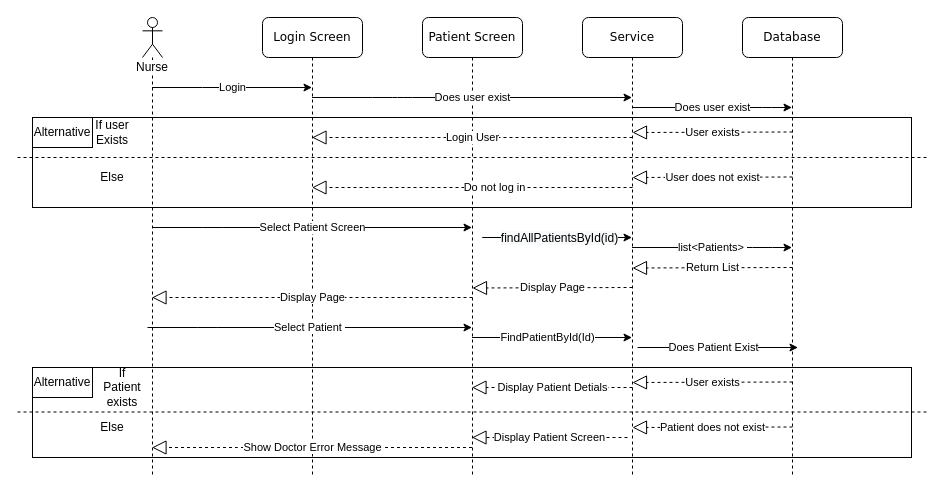
Earlier version of the draw.io diagram page "View Patient Record" (1 of 5) of Sequence/Nurse Sequence Diagram.drawio (mattdear/circle-lab-project). Source tidied: cells renumbered, new cells numbered last; positions are measured from the earlier drawing's top-left corner, leaving out a move shared by most shapes. Both pictures are drawn from the tidied source at 100%, with x=0, y=0 at pixel (17, 17).
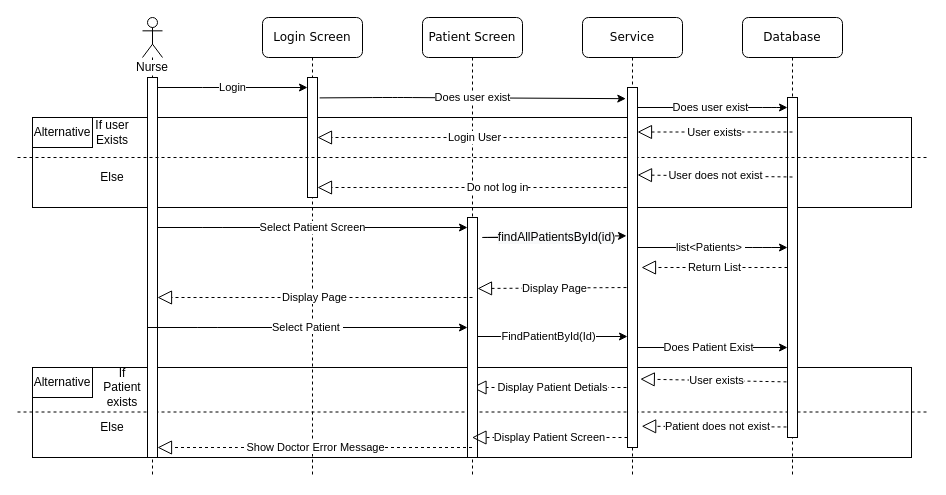
The same page after the edit.

Unchanged cells that the change refers to:
```xml
<mxCell id="11" value="Patient Screen" style="shape=umlLifeline;perimeter=lifelinePerimeter;whiteSpace=wrap;html=1;outlineConnect=0;rounded=1;shadow=0;comic=0;labelBackgroundColor=none;strokeWidth=1;fontFamily=Verdana;fontSize=12;align=center;" parent="1" vertex="1">
  <mxGeometry x="405" width="100" height="460" as="geometry" />
</mxCell>
<mxCell id="12" value="Nurse" style="shape=umlLifeline;participant=umlActor;perimeter=lifelinePerimeter;whiteSpace=wrap;html=1;verticalAlign=top;spacingTop=36;labelBackgroundColor=#ffffff;outlineConnect=0;" parent="1" vertex="1">
  <mxGeometry x="125" width="20" height="460" as="geometry" />
</mxCell>
<mxCell id="13" value="Login Screen" style="shape=umlLifeline;perimeter=lifelinePerimeter;whiteSpace=wrap;html=1;outlineConnect=0;rounded=1;shadow=0;comic=0;labelBackgroundColor=none;strokeWidth=1;fontFamily=Verdana;fontSize=12;align=center;" parent="1" vertex="1">
  <mxGeometry x="245" width="100" height="460" as="geometry" />
</mxCell>
<mxCell id="14" value="Service" style="shape=umlLifeline;perimeter=lifelinePerimeter;whiteSpace=wrap;html=1;outlineConnect=0;rounded=1;shadow=0;comic=0;labelBackgroundColor=none;strokeWidth=1;fontFamily=Verdana;fontSize=12;align=center;" parent="1" vertex="1">
  <mxGeometry x="565" width="100" height="460" as="geometry" />
</mxCell>
<mxCell id="15" value="Database" style="shape=umlLifeline;perimeter=lifelinePerimeter;whiteSpace=wrap;html=1;outlineConnect=0;rounded=1;shadow=0;comic=0;labelBackgroundColor=none;strokeWidth=1;fontFamily=Verdana;fontSize=12;align=center;" parent="1" vertex="1">
  <mxGeometry x="725" width="100" height="460" as="geometry" />
</mxCell>
```

What changed in the source:
```diff
@@
-    <mxCell id="3" value="User exists" style="endArrow=block;dashed=1;endFill=0;endSize=12;html=1;" parent="1" edge="1">
+    <mxCell id="3" value="User exists" style="endArrow=block;dashed=1;endFill=0;endSize=12;html=1;entryX=1.279;entryY=0.81;entryDx=0;entryDy=0;entryPerimeter=0;" parent="1" edge="1" target="43">
       <mxGeometry relative="1" as="geometry">
         <mxPoint x="775" y="364.5" as="sourcePoint" />
-        <mxPoint x="615" y="365" as="targetPoint" />
       </mxGeometry>
     </mxCell>
@@
-    <mxCell id="9" value="Patient does not exist" style="endArrow=block;dashed=1;endFill=0;endSize=12;html=1;" parent="1" edge="1">
+    <mxCell id="9" value="Patient does not exist" style="endArrow=block;dashed=1;endFill=0;endSize=12;html=1;entryX=1.417;entryY=0.941;entryDx=0;entryDy=0;entryPerimeter=0;" parent="1" edge="1" target="43">
       <mxGeometry relative="1" as="geometry">
         <mxPoint x="775" y="409.5" as="sourcePoint" />
-        <mxPoint x="615" y="410" as="targetPoint" />
       </mxGeometry>
     </mxCell>
@@
+    <mxCell id="39" style="html=1;perimeter=orthogonalPerimeter;fillColor=#ffffff;" parent="11" vertex="1">
+      <mxGeometry x="45" y="200" width="10" height="240" as="geometry" />
+    </mxCell>
@@
+    <mxCell id="40" style="html=1;perimeter=orthogonalPerimeter;fillColor=#ffffff;" parent="12" vertex="1">
+      <mxGeometry x="5" y="60" width="10" height="380" as="geometry" />
+    </mxCell>
@@
+    <mxCell id="41" style="html=1;points=[];perimeter=orthogonalPerimeter;fillColor=#ffffff;" parent="13" vertex="1">
+      <mxGeometry x="45" y="60" width="10" height="120" as="geometry" />
+    </mxCell>
@@
+    <mxCell id="42" style="html=1;perimeter=orthogonalPerimeter;fillColor=#ffffff;" parent="15" vertex="1">
+      <mxGeometry x="45" y="80" width="10" height="340" as="geometry" />
+    </mxCell>
-    <mxCell id="16" value="Login" style="endArrow=classic;html=1;" parent="1" edge="1" source="12" target="13">
+    <mxCell id="16" value="Login" style="endArrow=classic;html=1;" parent="1" edge="1">
       <mxGeometry relative="1" as="geometry">
+        <mxPoint x="140" y="70" as="sourcePoint" />
+        <mxPoint x="290" y="70" as="targetPoint" />
         <Array as="points">
           <mxPoint x="195" y="70" />
         </Array>
       </mxGeometry>
     </mxCell>
-    <mxCell id="17" value="Does user exist" style="endArrow=classic;html=1;" parent="1" edge="1" source="13" target="14">
+    <mxCell id="17" value="Does user exist" style="endArrow=classic;html=1;exitX=1.21;exitY=0.17;exitDx=0;exitDy=0;exitPerimeter=0;entryX=-0.169;entryY=0.031;entryDx=0;entryDy=0;entryPerimeter=0;" parent="1" edge="1" source="41" target="43">
       <mxGeometry relative="1" as="geometry">
         <Array as="points">
           <mxPoint x="365" y="80" />
           <mxPoint x="385" y="80" />
         </Array>
       </mxGeometry>
     </mxCell>
-    <mxCell id="18" value="Does user exist" style="endArrow=classic;html=1;" parent="1" edge="1" source="14" target="15">
+    <mxCell id="18" value="Does user exist" style="endArrow=classic;html=1;" parent="1" edge="1" source="14">
       <mxGeometry relative="1" as="geometry">
+        <mxPoint x="770" y="90" as="targetPoint" />
         <Array as="points">
           <mxPoint x="715" y="90" />
           <mxPoint x="755" y="90" />
         </Array>
       </mxGeometry>
     </mxCell>
-    <mxCell id="19" value="User exists" style="endArrow=block;dashed=1;endFill=0;endSize=12;html=1;" parent="1" edge="1">
+    <mxCell id="19" value="User exists" style="endArrow=block;dashed=1;endFill=0;endSize=12;html=1;" parent="1" edge="1" target="43">
       <mxGeometry relative="1" as="geometry">
         <mxPoint x="775" y="114.5" as="sourcePoint" />
-        <mxPoint x="615" y="115" as="targetPoint" />
       </mxGeometry>
     </mxCell>
@@
-    <mxCell id="22" value="Login User" style="endArrow=block;dashed=1;endFill=0;endSize=12;html=1;" parent="1" edge="1" target="13">
+    <mxCell id="22" value="Login User" style="endArrow=block;dashed=1;endFill=0;endSize=12;html=1;" parent="1" edge="1">
       <mxGeometry relative="1" as="geometry">
         <mxPoint x="615" y="120" as="sourcePoint" />
+        <mxPoint x="300" y="120" as="targetPoint" />
       </mxGeometry>
     </mxCell>
@@
-    <mxCell id="25" value="User does not exist" style="endArrow=block;dashed=1;endFill=0;endSize=12;html=1;" parent="1" edge="1">
+    <mxCell id="25" value="User does not exist" style="endArrow=block;dashed=1;endFill=0;endSize=12;html=1;entryX=1.003;entryY=0.243;entryDx=0;entryDy=0;entryPerimeter=0;" parent="1" edge="1" target="43">
       <mxGeometry relative="1" as="geometry">
         <mxPoint x="775" y="159.5" as="sourcePoint" />
-        <mxPoint x="615" y="160" as="targetPoint" />
       </mxGeometry>
     </mxCell>
-    <mxCell id="26" value="Do not log in" style="endArrow=block;dashed=1;endFill=0;endSize=12;html=1;" parent="1" edge="1" target="13">
+    <mxCell id="26" value="Do not log in" style="endArrow=block;dashed=1;endFill=0;endSize=12;html=1;" parent="1" edge="1">
       <mxGeometry x="-0.14" relative="1" as="geometry">
         <mxPoint x="615" y="170" as="sourcePoint" />
+        <mxPoint x="300" y="170" as="targetPoint" />
       </mxGeometry>
     </mxCell>
-    <mxCell id="27" value="Select Patient Screen" style="endArrow=classic;html=1;" parent="1" edge="1" target="11">
+    <mxCell id="27" value="Select Patient Screen" style="endArrow=classic;html=1;" parent="1" edge="1">
       <mxGeometry relative="1" as="geometry">
-        <mxPoint x="135" y="210" as="sourcePoint" />
+        <mxPoint x="140" y="210" as="sourcePoint" />
+        <mxPoint x="450" y="210" as="targetPoint" />
         <Array as="points">
           <mxPoint x="195.3" y="210" />
         </Array>
       </mxGeometry>
     </mxCell>
-    <mxCell id="28" style="endArrow=classic;html=1;" parent="1" edge="1" target="14">
+    <mxCell id="28" style="endArrow=classic;html=1;entryX=-0.1;entryY=0.412;entryDx=0;entryDy=0;entryPerimeter=0;" parent="1" edge="1" target="43">
       <mxGeometry relative="1" as="geometry">
         <mxPoint x="490" y="220" as="sourcePoint" />
         <Array as="points">
           <mxPoint x="460" y="220" />
         </Array>
       </mxGeometry>
     </mxCell>
@@
-    <mxCell id="30" value="list&amp;lt;Patients&amp;gt;&amp;nbsp;" style="endArrow=classic;html=1;" parent="1" edge="1" source="14" target="15">
+    <mxCell id="30" value="list&amp;lt;Patients&amp;gt;&amp;nbsp;" style="endArrow=classic;html=1;" parent="1" edge="1" source="14">
       <mxGeometry relative="1" as="geometry">
+        <mxPoint x="770" y="230" as="targetPoint" />
         <Array as="points">
           <mxPoint x="745" y="230" />
         </Array>
       </mxGeometry>
     </mxCell>
     <mxCell id="31" value="Return List" style="endArrow=block;dashed=1;endFill=0;endSize=12;html=1;" parent="1" edge="1">
       <mxGeometry relative="1" as="geometry">
-        <mxPoint x="775" y="250" as="sourcePoint" />
-        <mxPoint x="615" y="250.5" as="targetPoint" />
+        <mxPoint x="770" y="250" as="sourcePoint" />
+        <mxPoint x="624" y="250" as="targetPoint" />
       </mxGeometry>
     </mxCell>
     <mxCell id="32" value="Display Page" style="endArrow=block;dashed=1;endFill=0;endSize=12;html=1;" parent="1" edge="1">
       <mxGeometry relative="1" as="geometry">
         <mxPoint x="615" y="270" as="sourcePoint" />
-        <mxPoint x="455" y="270.5" as="targetPoint" />
+        <mxPoint x="460" y="271" as="targetPoint" />
       </mxGeometry>
     </mxCell>
-    <mxCell id="33" value="Display Page" style="endArrow=block;dashed=1;endFill=0;endSize=12;html=1;" parent="1" edge="1" target="12">
+    <mxCell id="33" value="Display Page" style="endArrow=block;dashed=1;endFill=0;endSize=12;html=1;" parent="1" edge="1">
       <mxGeometry relative="1" as="geometry">
         <mxPoint x="455" y="280" as="sourcePoint" />
+        <mxPoint x="140" y="280" as="targetPoint" />
       </mxGeometry>
     </mxCell>
-    <mxCell id="34" value="Select Patient&amp;nbsp;" style="endArrow=classic;html=1;" parent="1" edge="1" target="11">
+    <mxCell id="34" value="Select Patient&amp;nbsp;" style="endArrow=classic;html=1;" parent="1" edge="1">
       <mxGeometry relative="1" as="geometry">
         <mxPoint x="130" y="310" as="sourcePoint" />
+        <mxPoint x="450" y="310" as="targetPoint" />
         <Array as="points">
           <mxPoint x="190.3" y="310" />
         </Array>
       </mxGeometry>
     </mxCell>
-    <mxCell id="35" value="FindPatientById(Id)" style="endArrow=classic;html=1;" parent="1" edge="1" source="11" target="14">
+    <mxCell id="35" value="FindPatientById(Id)" style="endArrow=classic;html=1;" parent="1" edge="1">
       <mxGeometry x="-0.06" relative="1" as="geometry">
-        <Array as="points">
-          <mxPoint x="455" y="320" />
-        </Array>
+        <mxPoint x="460" y="319" as="sourcePoint" />
+        <mxPoint x="610" y="319" as="targetPoint" />
       </mxGeometry>
     </mxCell>
     <mxCell id="36" value="Does Patient Exist" style="endArrow=classic;html=1;" parent="1" edge="1">
       <mxGeometry x="-0.06" relative="1" as="geometry">
         <mxPoint x="620" y="330" as="sourcePoint" />
-        <mxPoint x="780" y="330" as="targetPoint" />
+        <mxPoint x="770" y="330" as="targetPoint" />
         <Array as="points">
           <mxPoint x="620.5" y="330" />
-          <mxPoint x="780.5" y="330" />
         </Array>
       </mxGeometry>
     </mxCell>
@@
-    <mxCell id="38" value="Show Doctor Error Message" style="endArrow=block;dashed=1;endFill=0;endSize=12;html=1;" parent="1" edge="1" source="11" target="12">
+    <mxCell id="38" value="Show Doctor Error Message" style="endArrow=block;dashed=1;endFill=0;endSize=12;html=1;" parent="1" edge="1" source="11">
       <mxGeometry relative="1" as="geometry">
+        <mxPoint x="140" y="430" as="targetPoint" />
         <Array as="points">
           <mxPoint x="210" y="430" />
         </Array>
       </mxGeometry>
     </mxCell>
+    <mxCell id="43" style="html=1;points=[];perimeter=orthogonalPerimeter;fillColor=#ffffff;" parent="1" vertex="1">
+      <mxGeometry x="610" y="70" width="10" height="360" as="geometry" />
+    </mxCell>
```
